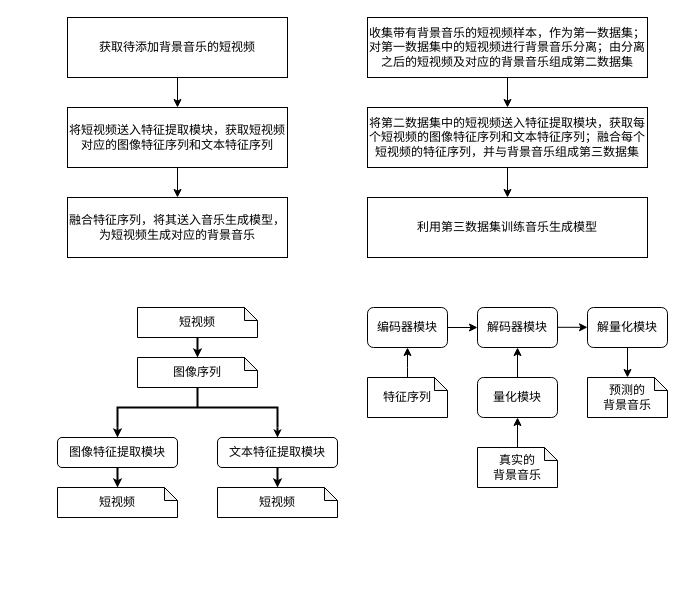
Above: 未命名绘图.drawio in Nian-Chen/drawio (draw.io), before the change. Source tidied: cells renumbered, new cells numbered last; positions are measured from the earlier drawing's top-left corner, leaving out a move shared by most shapes. Both pictures are drawn from the tidied source at 100%, with x=0, y=0 at pixel (57, 17).
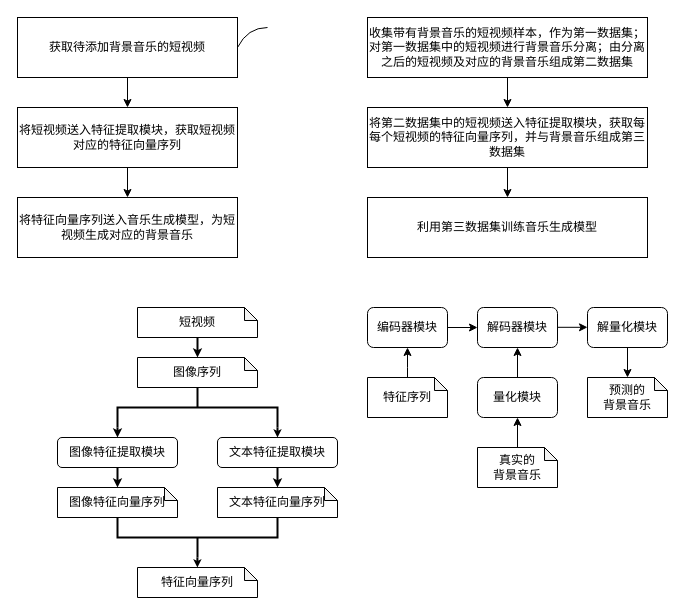
The same diagram, later.

Commit message:
更新未命名绘图.drawio

Change to the diagram source:
```diff
@@
     <mxCell id="3" value="获取待添加背景音乐的短视频" style="rounded=0;whiteSpace=wrap;html=1;" parent="1" vertex="1">
-      <mxGeometry x="10" width="220" height="60" as="geometry" />
+      <mxGeometry x="-40" width="220" height="60" as="geometry" />
     </mxCell>
@@
-    <mxCell id="5" value="将短视频送入特征提取模块，获取短视频对应的图像特征序列和文本特征序列" style="rounded=0;whiteSpace=wrap;html=1;" parent="1" vertex="1">
-      <mxGeometry x="10" y="90" width="220" height="60" as="geometry" />
+    <mxCell id="5" value="将短视频送入特征提取模块，获取短视频对应的特征向量序列" style="rounded=0;whiteSpace=wrap;html=1;" parent="1" vertex="1">
+      <mxGeometry x="-40" y="90" width="220" height="60" as="geometry" />
     </mxCell>
-    <mxCell id="6" value="融合特征序列，将其送入音乐生成模型，为短视频生成对应的背景音乐" style="rounded=0;whiteSpace=wrap;html=1;" parent="1" vertex="1">
-      <mxGeometry x="10" y="180" width="220" height="60" as="geometry" />
+    <mxCell id="6" value="将特征向量序列送入音乐生成模型，为短视频生成对应的背景音乐" style="rounded=0;whiteSpace=wrap;html=1;" parent="1" vertex="1">
+      <mxGeometry x="-40" y="180" width="220" height="60" as="geometry" />
     </mxCell>
@@
-    <mxCell id="10" value="将第二数据集中的短视频送入特征提取模块，获取每个短视频的图像特征序列和文本特征序列；融合每个短视频的特征序列，并与背景音乐组成第三数据集" style="rounded=0;whiteSpace=wrap;html=1;" parent="1" vertex="1">
+    <mxCell id="10" value="将第二数据集中的短视频送入特征提取模块，获取每每个短视频的特征向量序列，并与背景音乐组成第三数据集" style="rounded=0;whiteSpace=wrap;html=1;" parent="1" vertex="1">
       <mxGeometry x="310" y="90" width="280" height="60" as="geometry" />
     </mxCell>
@@
-    <mxCell id="35" value="短视频" style="shape=note;whiteSpace=wrap;html=1;backgroundOutline=1;darkOpacity=0.05;size=13;" parent="1" vertex="1">
+    <mxCell id="35" value="图像特征向量序列" style="shape=note;whiteSpace=wrap;html=1;backgroundOutline=1;darkOpacity=0.05;size=13;" parent="1" vertex="1">
       <mxGeometry y="470" width="120" height="30" as="geometry" />
     </mxCell>
-    <mxCell id="36" value="短视频" style="shape=note;whiteSpace=wrap;html=1;backgroundOutline=1;darkOpacity=0.05;size=13;" parent="1" vertex="1">
+    <mxCell id="36" value="文本特征向量序列" style="shape=note;whiteSpace=wrap;html=1;backgroundOutline=1;darkOpacity=0.05;size=13;" parent="1" vertex="1">
       <mxGeometry x="160" y="470" width="120" height="30" as="geometry" />
     </mxCell>
+    <mxCell id="37" style="strokeWidth=2;html=1;shape=mxgraph.flowchart.annotation_2;align=left;labelPosition=right;direction=south;rotation=-180;" parent="1" vertex="1">
+      <mxGeometry x="60" y="500" width="160" height="40" as="geometry" />
+    </mxCell>
+    <mxCell id="38" style="endArrow=classic;html=1;rounded=0;exitX=1;exitY=0;exitDx=0;exitDy=0;exitPerimeter=0;strokeWidth=2;endSize=2;" parent="1" edge="1">
+      <mxGeometry relative="1" as="geometry">
+        <mxPoint x="139.9" y="540" as="sourcePoint" />
+        <mxPoint x="139.9" y="550" as="targetPoint" />
+      </mxGeometry>
+    </mxCell>
+    <mxCell id="39" value="特征向量序列" style="shape=note;whiteSpace=wrap;html=1;backgroundOutline=1;darkOpacity=0.05;size=13;" parent="1" vertex="1">
+      <mxGeometry x="80" y="550" width="120" height="30" as="geometry" />
+    </mxCell>
+    <mxCell id="40" style="endArrow=none;html=1;curved=1;" parent="1" edge="1">
+      <mxGeometry relative="1" as="geometry">
+        <mxPoint x="180" y="30" as="sourcePoint" />
+        <mxPoint x="210" y="10" as="targetPoint" />
+        <Array as="points">
+          <mxPoint x="190" y="10" />
+        </Array>
+      </mxGeometry>
+    </mxCell>
```
